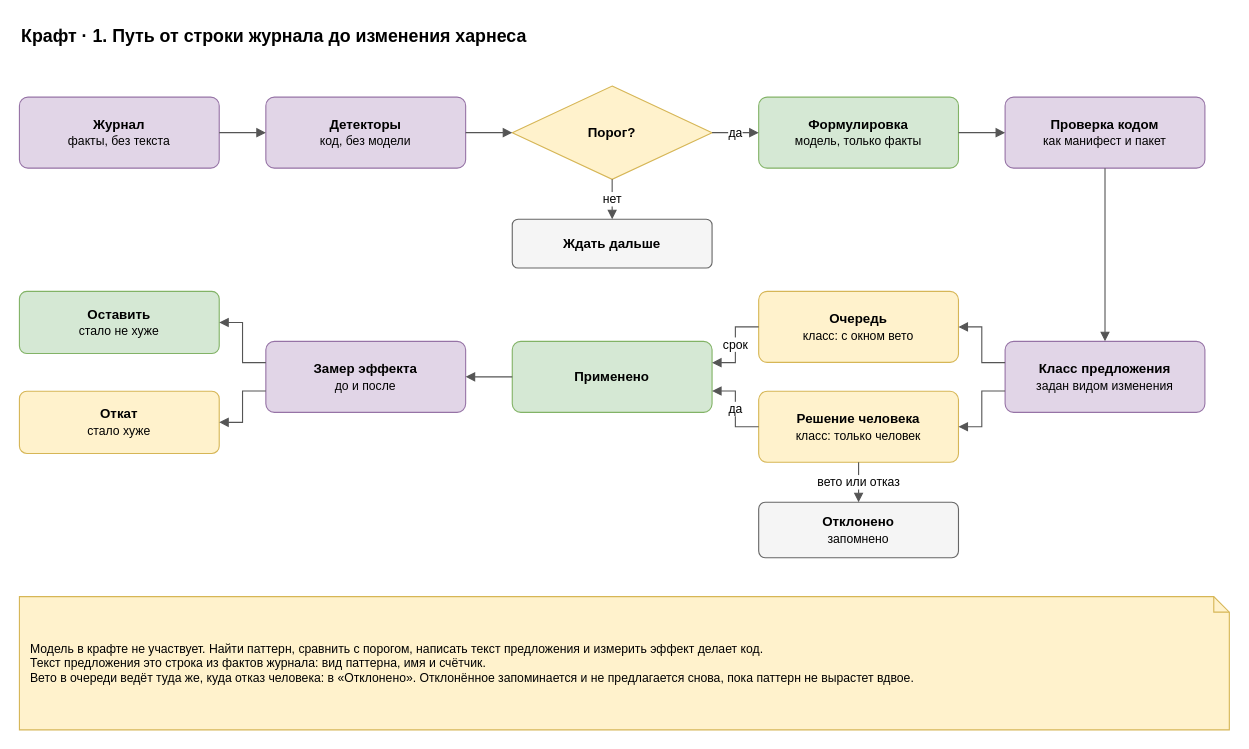
Before: page "1. Путь предложения" (1 of 7) of docs/spec/harness-craft.drawio in roygkov/reins, a draw.io diagram. Source tidied: cells renumbered, new cells numbered last; positions are measured from the earlier drawing's top-left corner, leaving out a move shared by most shapes. Both pictures are drawn from the tidied source at 111%, with x=0, y=0 at pixel (19, 19).
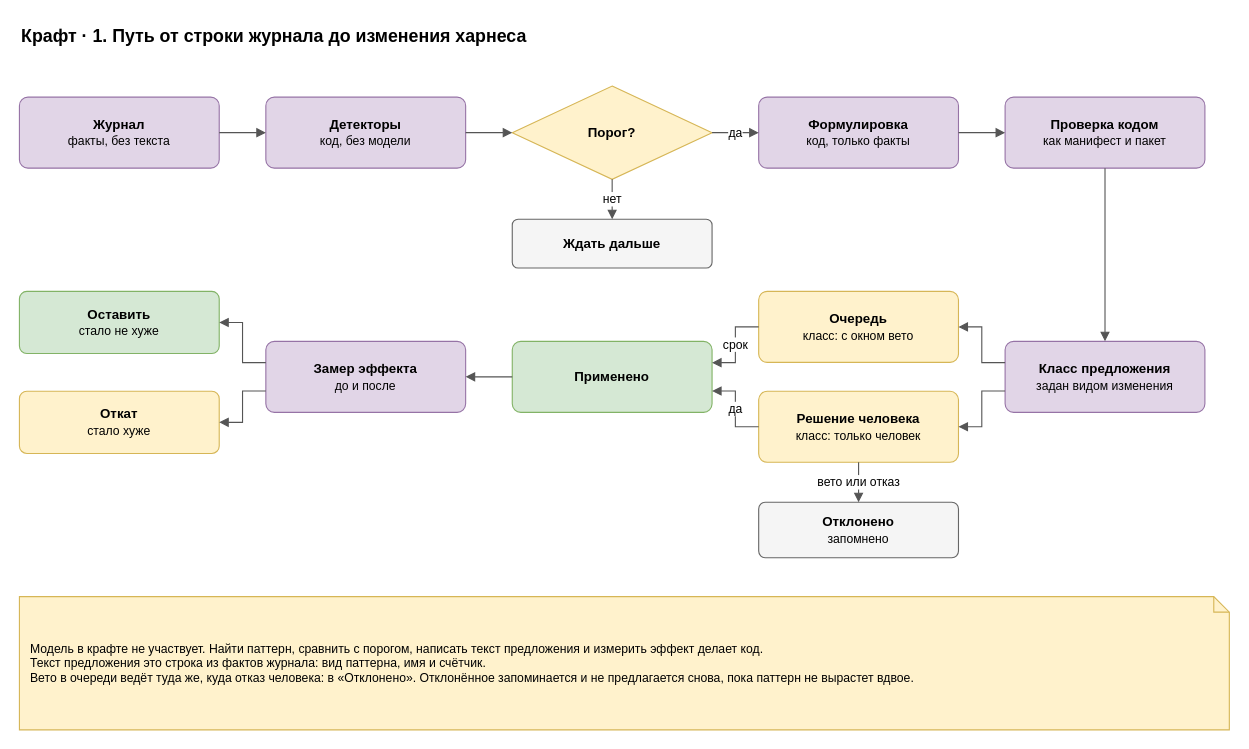
Above is the later version.

Change to the diagram source:
```diff
@@
-    <mxCell id="6" value="&lt;b&gt;Формулировка&lt;/b&gt;&lt;br&gt;&lt;font style=&quot;font-size:11px&quot;&gt;модель, только факты&lt;/font&gt;" style="rounded=1;whiteSpace=wrap;html=1;fillColor=#d5e8d4;strokeColor=#82b366;arcSize=12;" parent="1" vertex="1">
+    <mxCell id="6" value="&lt;b&gt;Формулировка&lt;/b&gt;&lt;br&gt;&lt;font style=&quot;font-size:11px&quot;&gt;код, только факты&lt;/font&gt;" style="rounded=1;whiteSpace=wrap;html=1;fillColor=#e1d5e7;strokeColor=#9673a6;arcSize=12;" parent="1" vertex="1">
       <mxGeometry x="666" y="70" width="180" height="64" as="geometry" />
     </mxCell>
```
